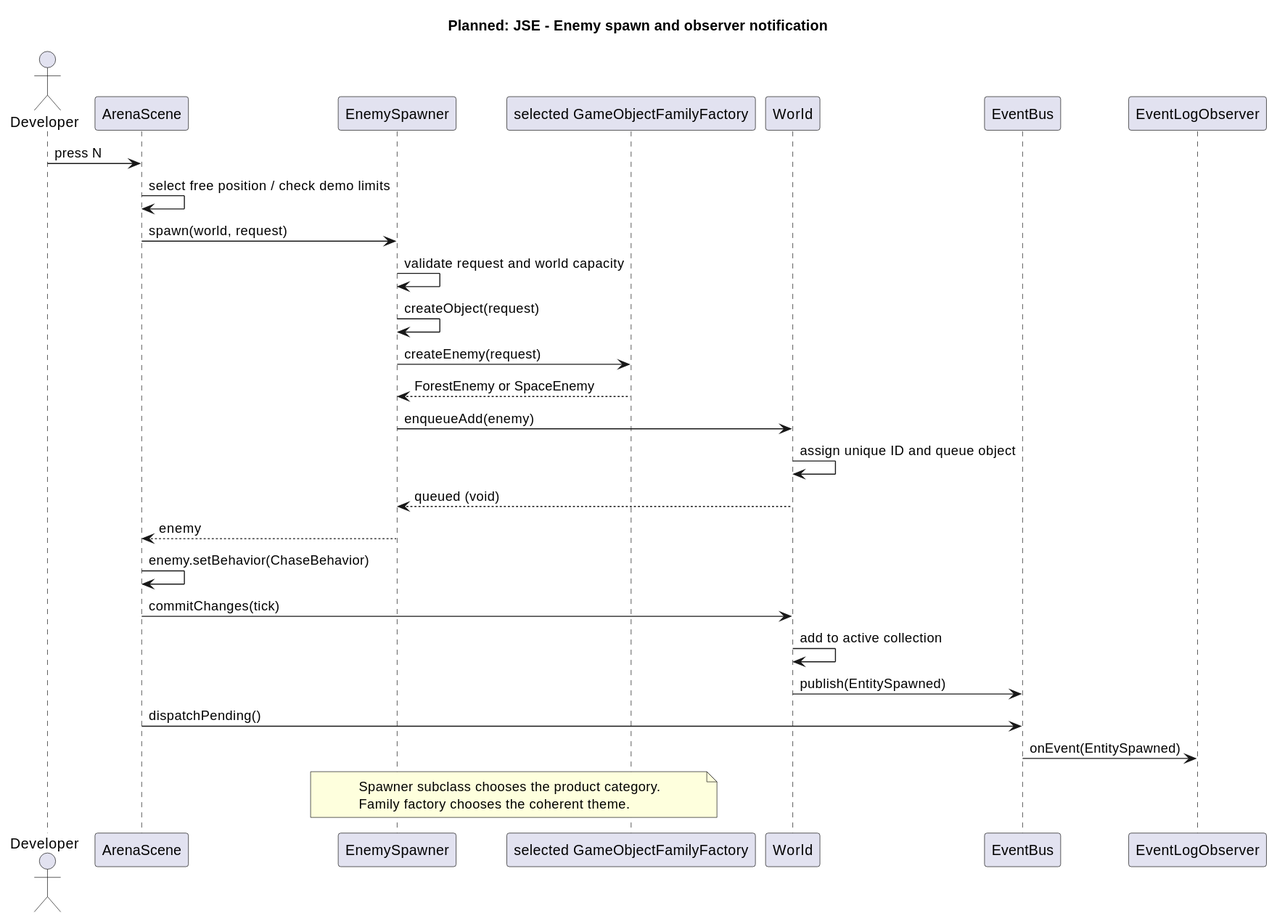
Earlier version of the PlantUML export docs/uml/rendered/spawn-sequence.svg (AlmazCode/JSE).
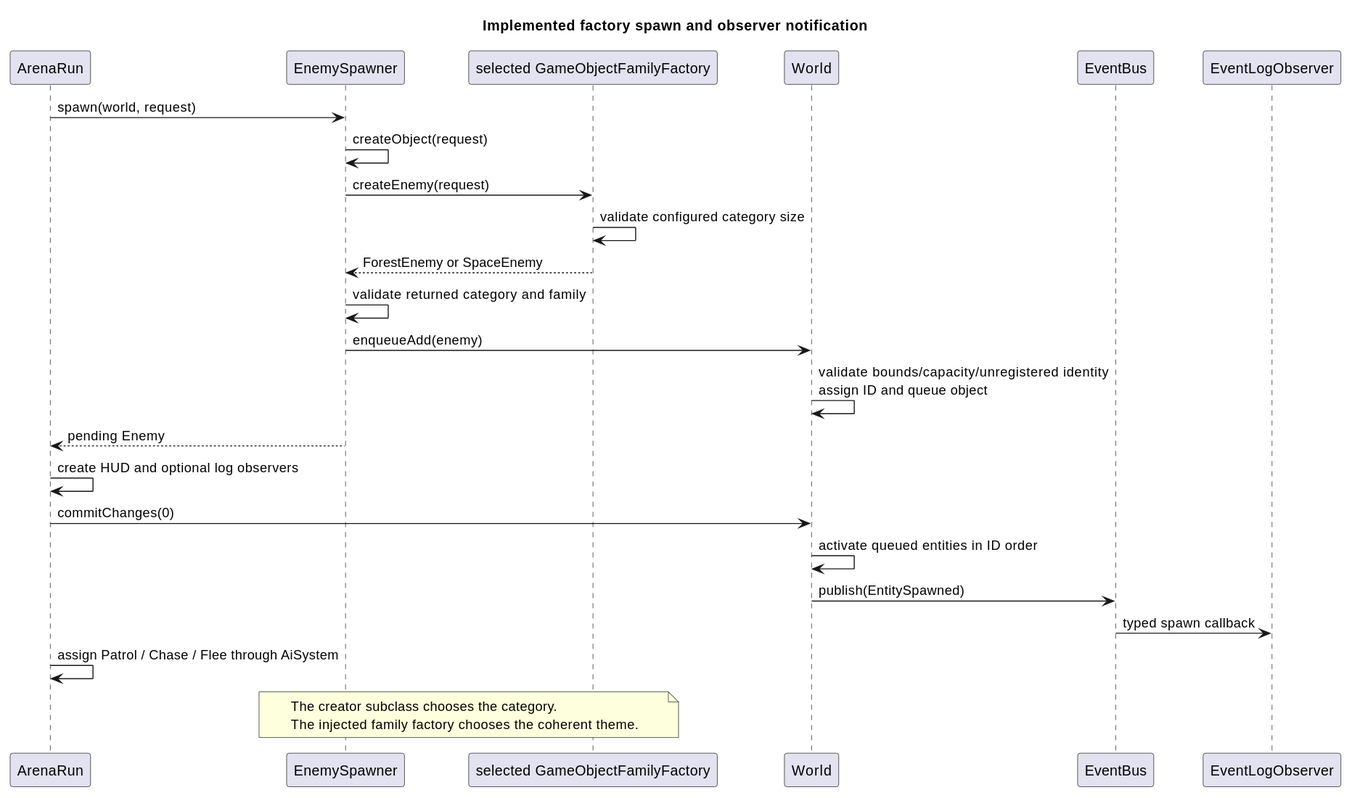
After the change.

Change to the diagram source:
```diff
@@ -1,31 +1,28 @@
 @startuml
-title Planned: JSE - Enemy spawn and observer notification
-actor Developer
-participant ArenaScene as Scene
+title Implemented factory spawn and observer notification
+participant ArenaRun as Run
 participant EnemySpawner as Spawner
 participant "selected GameObjectFamilyFactory" as Family
 participant World
 participant EventBus as Bus
 participant EventLogObserver as Log
-Developer -> Scene : press N
-Scene -> Scene : select free position / check demo limits
-Scene -> Spawner : spawn(world, request)
-Spawner -> Spawner : validate request and world capacity
+Run -> Spawner : spawn(world, request)
 Spawner -> Spawner : createObject(request)
 Spawner -> Family : createEnemy(request)
+Family -> Family : validate configured category size
 Family --> Spawner : ForestEnemy or SpaceEnemy
+Spawner -> Spawner : validate returned category and family
 Spawner -> World : enqueueAdd(enemy)
-World -> World : assign unique ID and queue object
-World --> Spawner : queued (void)
-Spawner --> Scene : enemy
-Scene -> Scene : enemy.setBehavior(ChaseBehavior)
-Scene -> World : commitChanges(tick)
-World -> World : add to active collection
+World -> World : validate bounds/capacity/unregistered identity\nassign ID and queue object
+Spawner --> Run : pending Enemy
+Run -> Run : create HUD and optional log observers
+Run -> World : commitChanges(0)
+World -> World : activate queued entities in ID order
 World -> Bus : publish(EntitySpawned)
-Scene -> Bus : dispatchPending()
-Bus -> Log : onEvent(EntitySpawned)
+Bus -> Log : typed spawn callback
+Run -> Run : assign Patrol / Chase / Flee through AiSystem
 note over Spawner,Family
-Spawner subclass chooses the product category.
-Family factory chooses the coherent theme.
+The creator subclass chooses the category.
+The injected family factory chooses the coherent theme.
 end note
 @enduml
```
